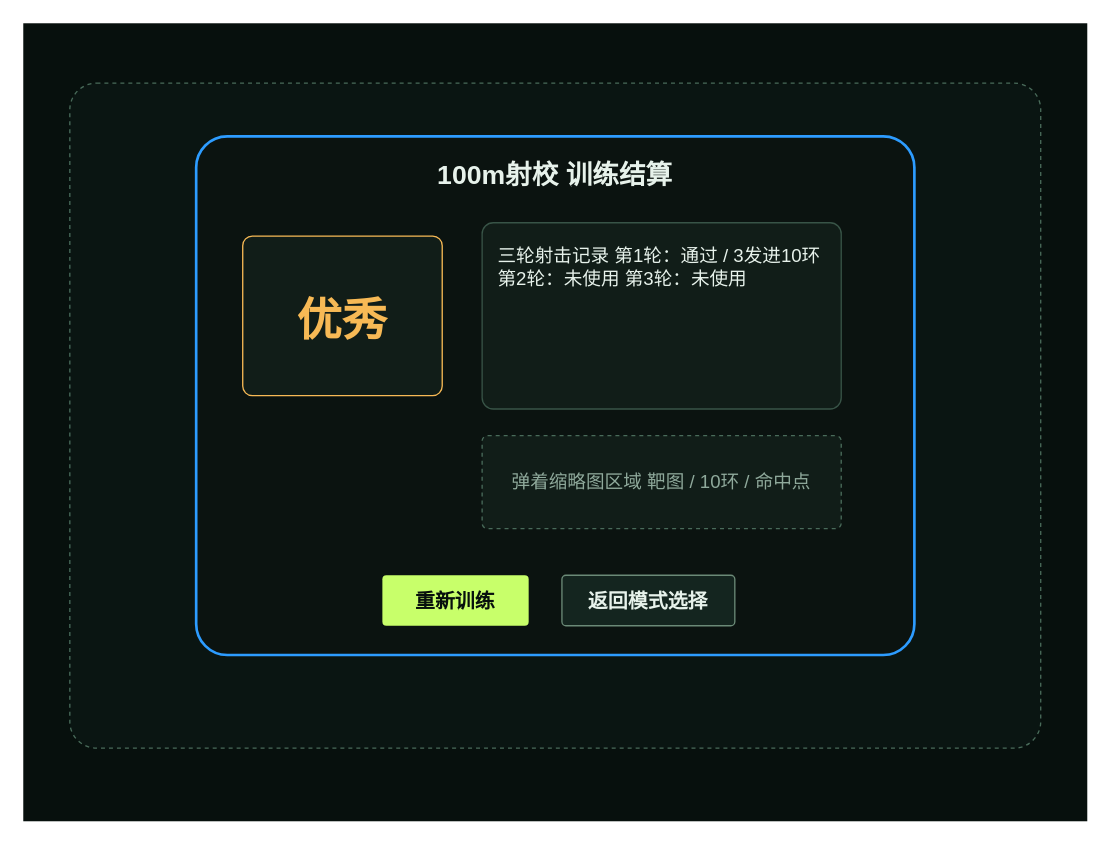
Earlier version of the draw.io diagram page "07 射校最终评级" (7 of 23) of UI/Sample/vr-shooting-ui-reference-wireframes.drawio (96shui/SimulatedShooting). Source tidied: cells renumbered, new cells numbered last; positions are measured from the earlier drawing's top-left corner, leaving out a move shared by most shapes. Both pictures are drawn from the tidied source at 133%, with x=0, y=0 at pixel (23, 23).
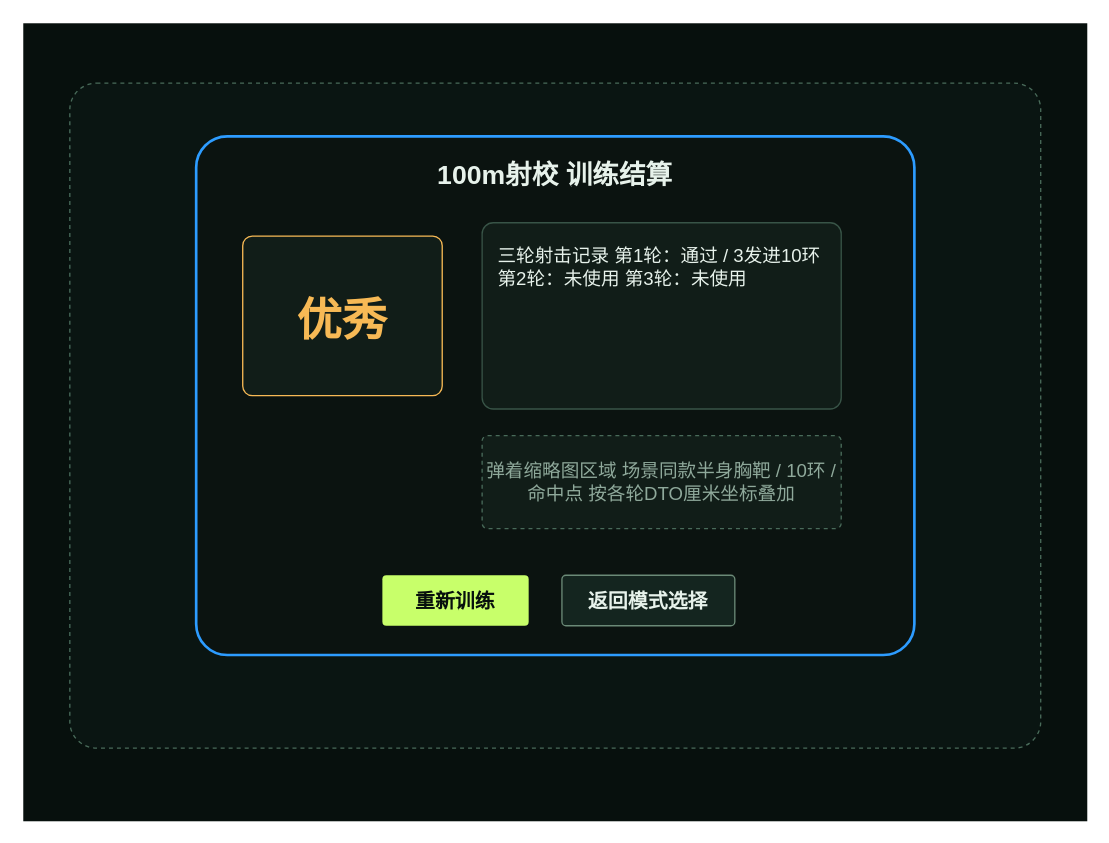
Above is the later version.

Diff of the diagram source:
```diff
@@
 <mxGraphModel>
   <root>
     <mxCell id="0" />
     <mxCell id="1" parent="0" />
     <mxCell id="2" style="rounded=0;fillColor=#07100d;strokeColor=none;" parent="1" vertex="1">
       <mxGeometry width="800" height="600" as="geometry" />
     </mxCell>
     <mxCell id="3" value="素材占位：靶场与胸靶背景" style="rounded=1;dashed=1;arcSize=4;fillColor=#0a1512;strokeColor=#496b5a;fontColor=#8fa99b;fontSize=14;align=center;whiteSpace=wrap;html=1;" parent="1" vertex="1">
       <mxGeometry x="35" y="45" width="730" height="500" as="geometry" />
     </mxCell>
     <mxCell id="4" value="100m射校 训练结算" style="rounded=1;arcSize=6;fillColor=#0b1310;strokeColor=#2d9cff;strokeWidth=2;fontColor=#e7f2eb;fontSize=20;fontStyle=1;align=center;verticalAlign=top;spacing=12;whiteSpace=wrap;html=1;" parent="1" vertex="1">
       <mxGeometry x="130" y="85" width="540" height="390" as="geometry" />
     </mxCell>
     <mxCell id="5" value="优秀" style="rounded=1;arcSize=6;fillColor=#111d18;strokeColor=#f7b955;fontColor=#f7b955;fontSize=34;fontStyle=1;align=center;verticalAlign=middle;" parent="1" vertex="1">
       <mxGeometry x="165" y="160" width="150" height="120" as="geometry" />
     </mxCell>
     <mxCell id="6" value="三轮射击记录 第1轮：通过 / 3发进10环 第2轮：未使用 第3轮：未使用" style="rounded=1;arcSize=6;fillColor=#111d18;strokeColor=#385447;fontColor=#e7f2eb;fontSize=14;align=left;verticalAlign=top;spacing=12;whiteSpace=wrap;html=1;" parent="1" vertex="1">
       <mxGeometry x="345" y="150" width="270" height="140" as="geometry" />
     </mxCell>
-    <mxCell id="7" value="弹着缩略图区域 靶图 / 10环 / 命中点" style="rounded=1;dashed=1;arcSize=6;fillColor=#111d18;strokeColor=#496b5a;fontColor=#8fa99b;fontSize=14;align=center;whiteSpace=wrap;html=1;" parent="1" vertex="1">
+    <mxCell id="7" value="弹着缩略图区域 场景同款半身胸靶 / 10环 / 命中点 按各轮DTO厘米坐标叠加" style="rounded=1;dashed=1;arcSize=6;fillColor=#111d18;strokeColor=#496b5a;fontColor=#8fa99b;fontSize=14;align=center;whiteSpace=wrap;html=1;" parent="1" vertex="1">
       <mxGeometry x="345" y="310" width="270" height="70" as="geometry" />
     </mxCell>
     <mxCell id="8" value="重新训练" style="rounded=1;arcSize=8;fillColor=#c8ff6a;strokeColor=none;fontColor=#07100d;fontSize=15;fontStyle=1;" parent="1" vertex="1">
       <mxGeometry x="270" y="415" width="110" height="38" as="geometry" />
     </mxCell>
     <mxCell id="9" value="返回模式选择" style="rounded=1;arcSize=8;fillColor=#14251f;strokeColor=#6b8a77;fontColor=#e7f2eb;fontSize=15;fontStyle=1;" parent="1" vertex="1">
       <mxGeometry x="405" y="415" width="130" height="38" as="geometry" />
     </mxCell>
   </root>
 </mxGraphModel>
```
